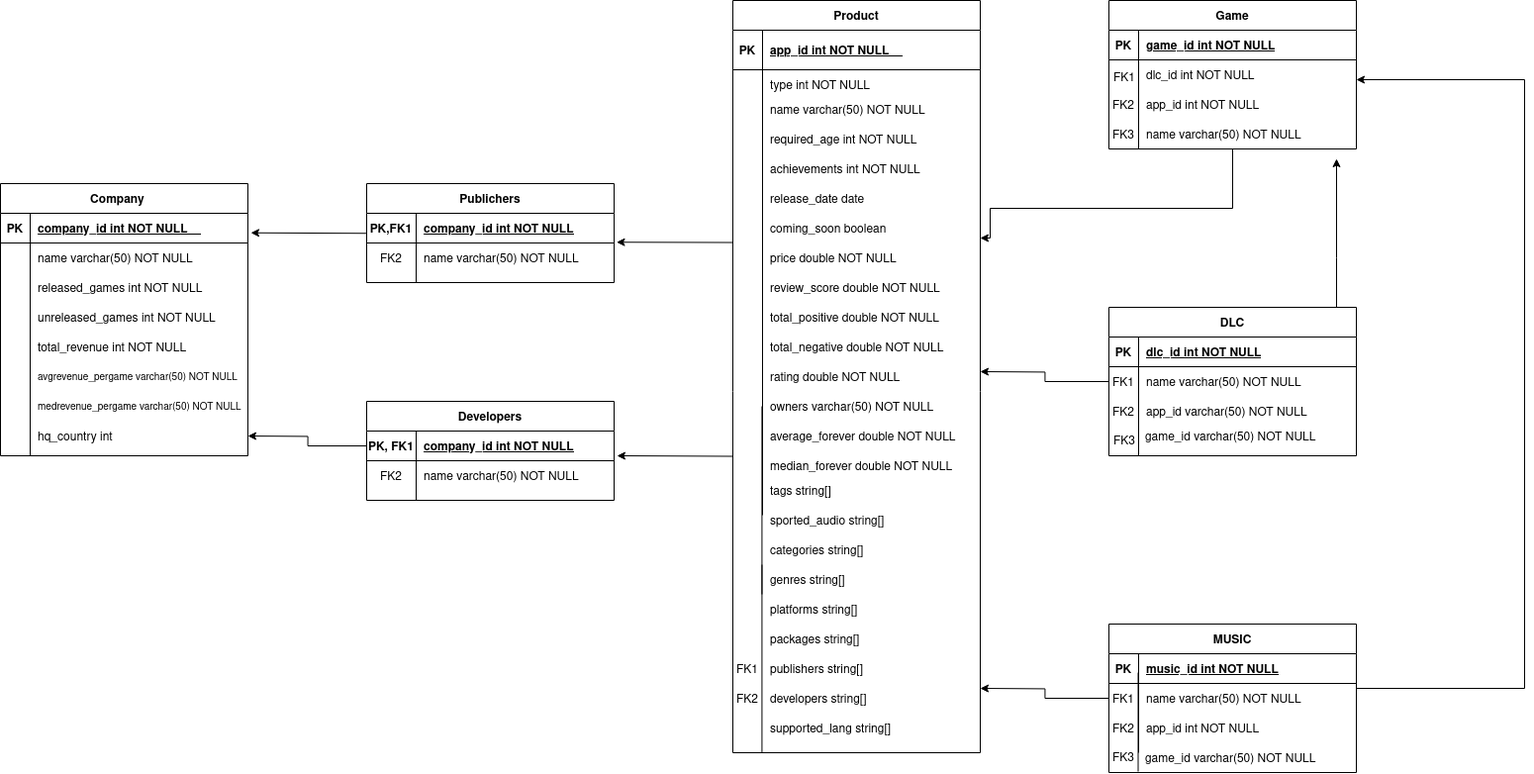
Cyber-Dragon-18/BD keeps this draw.io diagram as Trabalho/Relacional.drawio.png. Above is the earlier version. Source tidied: cells renumbered, new cells last; positions are measured from the earlier drawing's top-left corner, leaving out a move shared by most shapes.
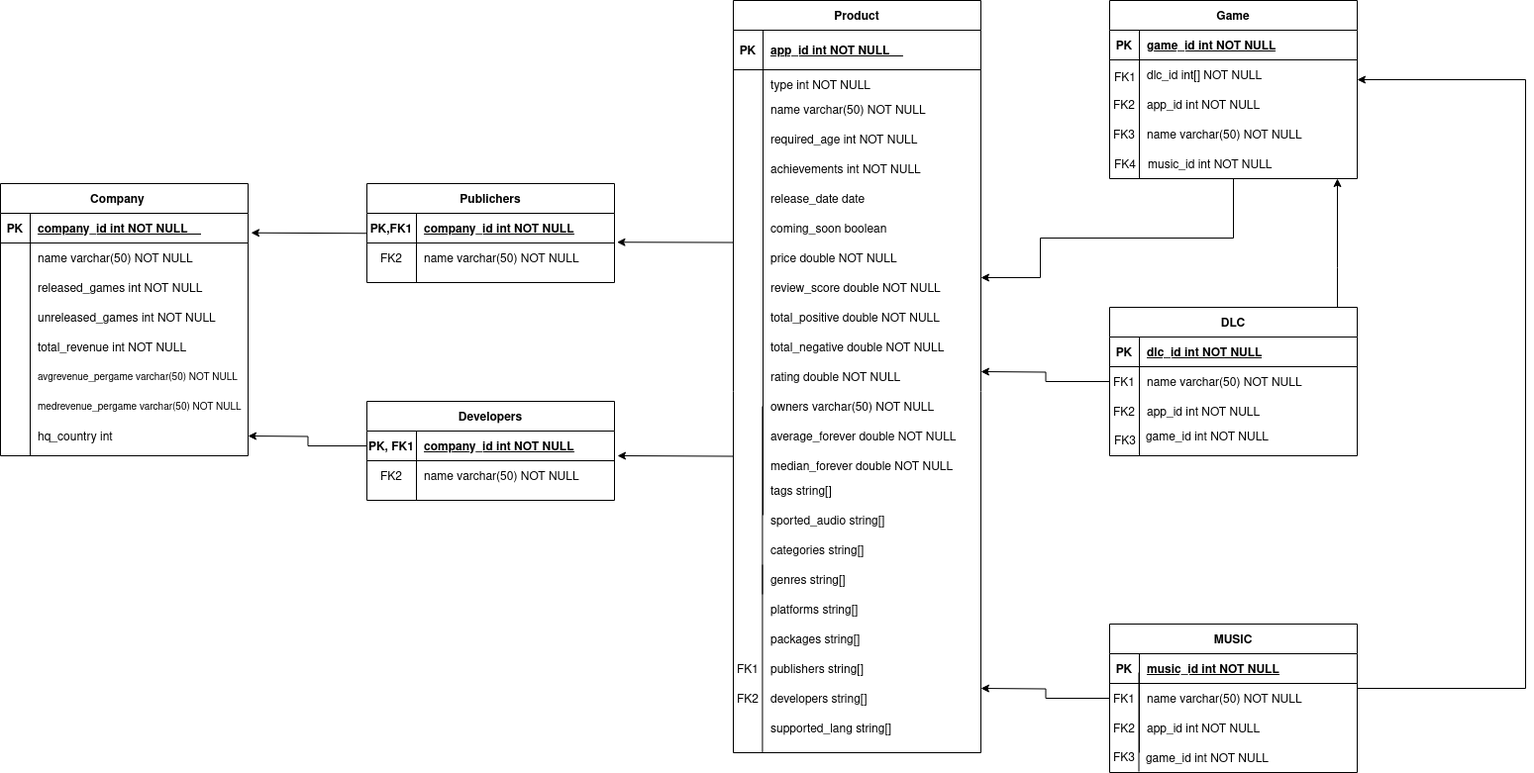
Later version of the same file.

Diff of the diagram source:
```diff
@@ -3,7 +3,7 @@
     <mxCell id="0" />
     <mxCell id="1" parent="0" />
     <mxCell id="2" value="Game" style="shape=table;startSize=30;rowLines=0;fontStyle=1;align=center;" parent="1" vertex="1">
-      <mxGeometry x="1120" width="250" height="150" as="geometry" />
+      <mxGeometry x="1120" width="250" height="180" as="geometry" />
     </mxCell>
     <mxCell id="3" style="shape=partialRectangle;fillColor=none;top=0;left=0;right=0;bottom=1;" parent="2" vertex="1">
       <mxGeometry y="30" width="250" height="30" as="geometry" />
@@ -20,7 +20,7 @@
     <mxCell id="7" style="shape=partialRectangle;overflow=hidden;fillColor=none;top=0;left=0;bottom=0;right=0;" parent="6" vertex="1">
       <mxGeometry width="30" height="30" as="geometry" />
     </mxCell>
-    <mxCell id="8" value="dlc_id int NOT NULL" style="shape=partialRectangle;overflow=hidden;fillColor=none;top=0;left=0;bottom=0;right=0;align=left;spacingLeft=6;" parent="6" vertex="1">
+    <mxCell id="8" value="dlc_id int[] NOT NULL" style="shape=partialRectangle;overflow=hidden;fillColor=none;top=0;left=0;bottom=0;right=0;align=left;spacingLeft=6;" parent="6" vertex="1">
       <mxGeometry x="30" width="220" height="30" as="geometry" />
     </mxCell>
     <mxCell id="9" style="edgeStyle=orthogonalEdgeStyle;rounded=0;jettySize=auto;html=1;" parent="1" edge="1" source="11">
@@ -28,15 +28,15 @@
         <mxPoint x="990" y="375" as="targetPoint" />
       </mxGeometry>
     </mxCell>
-    <mxCell id="10" style="edgeStyle=orthogonalEdgeStyle;rounded=0;jettySize=auto;html=1;" parent="1" edge="1" source="11">
-      <mxGeometry relative="1" as="geometry">
-        <mxPoint x="1350" y="160" as="targetPoint" />
-        <Array as="points">
-          <mxPoint x="1350" y="260" />
-          <mxPoint x="1350" y="260" />
-        </Array>
-      </mxGeometry>
-    </mxCell>
+    <mxCell id="122" style="edgeStyle=orthogonalEdgeStyle;rounded=0;jettySize=auto;html=1;" parent="1" edge="1" source="11">
+      <mxGeometry relative="1" as="geometry">
+        <mxPoint x="1350" y="180" as="targetPoint" />
+        <Array as="points">
+          <mxPoint x="1350" y="270" />
+          <mxPoint x="1350" y="270" />
+        </Array>
+      </mxGeometry>
+    </mxCell>
     <mxCell id="11" value="DLC" style="shape=table;startSize=30;rowLines=0;fontStyle=1;align=center;" parent="1" vertex="1">
       <mxGeometry x="1120" y="310" width="250" height="150" as="geometry" />
     </mxCell>
@@ -64,7 +64,7 @@
     <mxCell id="19" value="FK2" style="shape=partialRectangle;overflow=hidden;fillColor=none;top=0;left=0;bottom=0;right=0;" parent="18" vertex="1">
       <mxGeometry width="30" height="30" as="geometry" />
     </mxCell>
-    <mxCell id="20" value="app_id varchar(50) NOT NULL" style="shape=partialRectangle;overflow=hidden;fillColor=none;top=0;left=0;bottom=0;right=0;align=left;spacingLeft=6;" parent="18" vertex="1">
+    <mxCell id="20" value="app_id int NOT NULL" style="shape=partialRectangle;overflow=hidden;fillColor=none;top=0;left=0;bottom=0;right=0;align=left;spacingLeft=6;" parent="18" vertex="1">
       <mxGeometry x="30" width="220" height="30" as="geometry" />
     </mxCell>
     <mxCell id="21" value="Company    " style="shape=table;startSize=30;rowLines=0;fontStyle=1;align=center;" parent="1" vertex="1">
@@ -155,6 +155,16 @@
     <mxCell id="46" value="app_id int NOT NULL" style="shape=partialRectangle;overflow=hidden;fillColor=none;top=0;left=0;bottom=0;right=0;align=left;spacingLeft=6;" parent="44" vertex="1">
       <mxGeometry x="30" width="220" height="30" as="geometry" />
     </mxCell>
+    <mxCell id="123" style="edgeStyle=orthogonalEdgeStyle;rounded=0;orthogonalLoop=1;jettySize=auto;html=1;" parent="1" edge="1">
+      <mxGeometry relative="1" as="geometry">
+        <mxPoint x="1245" y="180" as="sourcePoint" />
+        <mxPoint x="990" y="280" as="targetPoint" />
+        <Array as="points">
+          <mxPoint x="1245" y="240" />
+          <mxPoint x="1050" y="240" />
+        </Array>
+      </mxGeometry>
+    </mxCell>
     <mxCell id="47" style="shape=partialRectangle;fillColor=none;top=0;left=0;right=0;bottom=0;" parent="1" vertex="1">
       <mxGeometry x="1120" y="90" width="250" height="30" as="geometry" />
     </mxCell>
@@ -166,8 +176,8 @@
     </mxCell>
     <mxCell id="50" style="endArrow=none;html=1;rounded=0;" parent="1" edge="1">
       <mxGeometry relative="1" as="geometry">
-        <mxPoint x="1150" y="150" as="sourcePoint" />
-        <mxPoint x="1150" y="50" as="targetPoint" />
+        <mxPoint x="1150" y="180" as="sourcePoint" />
+        <mxPoint x="1150" y="80" as="targetPoint" />
       </mxGeometry>
     </mxCell>
     <mxCell id="51" value="Product" style="shape=table;startSize=30;rowLines=0;fontStyle=1;align=center;" parent="1" vertex="1">
@@ -390,15 +400,6 @@
     <mxCell id="110" value="FK1" style="shape=partialRectangle;overflow=hidden;fillColor=none;top=0;left=0;bottom=0;right=0;" parent="1" vertex="1">
       <mxGeometry x="1121" y="62" width="30" height="30" as="geometry" />
     </mxCell>
-    <mxCell id="111" style="edgeStyle=orthogonalEdgeStyle;rounded=0;jettySize=auto;html=1;" parent="1" edge="1" source="112">
-      <mxGeometry relative="1" as="geometry">
-        <mxPoint x="990" y="240" as="targetPoint" />
-        <Array as="points">
-          <mxPoint x="1245" y="210" />
-          <mxPoint x="1000" y="210" />
-        </Array>
-      </mxGeometry>
-    </mxCell>
     <mxCell id="112" style="shape=partialRectangle;fillColor=none;points=[[0,0.5],[1,0.5]];portConstraint=eastwest;top=0;left=0;right=0;bottom=0;" parent="1" vertex="1">
       <mxGeometry x="1120" y="120" width="250" height="30" as="geometry" />
     </mxCell>
@@ -411,7 +412,7 @@
     <mxCell id="115" value="FK1" style="shape=partialRectangle;overflow=hidden;fillColor=none;top=0;left=0;bottom=0;right=0;" parent="1" vertex="1">
       <mxGeometry x="1120" y="690" width="30" height="30" as="geometry" />
     </mxCell>
-    <mxCell id="116" value="game_id varchar(50) NOT NULL" style="shape=partialRectangle;overflow=hidden;fillColor=none;top=0;left=0;bottom=0;right=0;align=left;spacingLeft=6;" parent="1" vertex="1">
+    <mxCell id="116" value="game_id int NOT NULL" style="shape=partialRectangle;overflow=hidden;fillColor=none;top=0;left=0;bottom=0;right=0;align=left;spacingLeft=6;" parent="1" vertex="1">
       <mxGeometry x="1149" y="425" width="220" height="30" as="geometry" />
     </mxCell>
     <mxCell id="117" style="endArrow=none;html=1;rounded=0;" parent="1" edge="1">
@@ -423,7 +424,7 @@
     <mxCell id="118" value="FK3" style="shape=partialRectangle;overflow=hidden;fillColor=none;top=0;left=0;bottom=0;right=0;" parent="1" vertex="1">
       <mxGeometry x="1121" y="429" width="30" height="30" as="geometry" />
     </mxCell>
-    <mxCell id="119" value="game_id varchar(50) NOT NULL" style="shape=partialRectangle;overflow=hidden;fillColor=none;top=0;left=0;bottom=0;right=0;align=left;spacingLeft=6;" parent="1" vertex="1">
+    <mxCell id="119" value="game_id int NOT NULL" style="shape=partialRectangle;overflow=hidden;fillColor=none;top=0;left=0;bottom=0;right=0;align=left;spacingLeft=6;" parent="1" vertex="1">
       <mxGeometry x="1149" y="750" width="220" height="30" as="geometry" />
     </mxCell>
     <mxCell id="120" value="FK3" style="shape=partialRectangle;overflow=hidden;fillColor=none;top=0;left=0;bottom=0;right=0;" parent="1" vertex="1">
@@ -435,5 +436,11 @@
         <mxPoint x="1149.5" y="679" as="targetPoint" />
       </mxGeometry>
     </mxCell>
+    <mxCell id="124" value="music_id int NOT NULL" style="shape=partialRectangle;overflow=hidden;fillColor=none;top=0;left=0;bottom=0;right=0;align=left;spacingLeft=6;" parent="1" vertex="1">
+      <mxGeometry x="1151" y="150" width="220" height="30" as="geometry" />
+    </mxCell>
+    <mxCell id="125" value="FK4" style="shape=partialRectangle;overflow=hidden;fillColor=none;top=0;left=0;bottom=0;right=0;" parent="1" vertex="1">
+      <mxGeometry x="1121" y="150" width="30" height="30" as="geometry" />
+    </mxCell>
   </root>
 </mxGraphModel>
```
